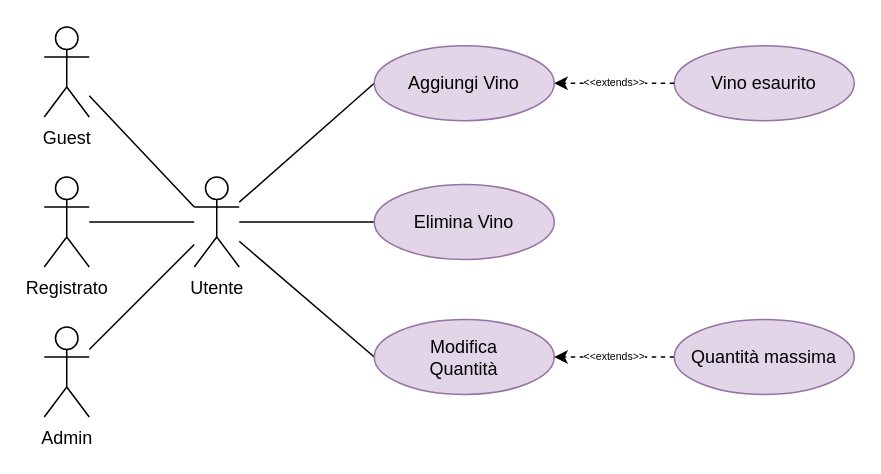
This is page "Carrello" (3 of 6) of Docs/Requirements Analysis/Diagrams/Use Cases/Winer.drawio from Gprisco/winer-unisa, a draw.io file, before an edit. Source tidied: cells renumbered, new cells numbered last; positions are measured from the earlier drawing's top-left corner, leaving out a move shared by most shapes. Both pictures are drawn from the tidied source at 150%, with x=0, y=0 at pixel (44, 27).
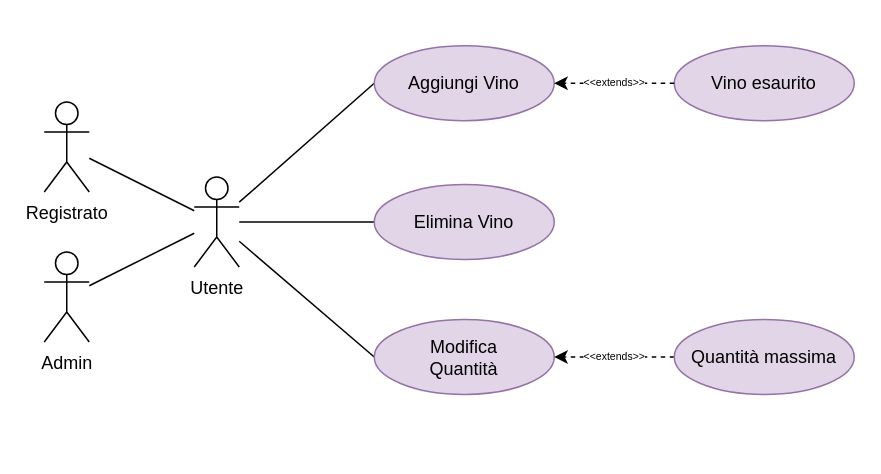
Above is the later version.

The edit, as a diff of the source:
```diff
@@
 <mxGraphModel>
   <root>
     <mxCell id="0" />
     <mxCell id="1" parent="0" />
     <mxCell id="2" style="edgeStyle=none;rounded=0;jettySize=auto;html=1;entryX=0;entryY=0.5;entryDx=0;entryDy=0;fontSize=7;endArrow=none;endFill=0;" parent="1" edge="1" source="5" target="11">
       <mxGeometry relative="1" as="geometry" />
     </mxCell>
     <mxCell id="3" style="edgeStyle=none;rounded=0;jettySize=auto;html=1;entryX=0;entryY=0.5;entryDx=0;entryDy=0;fontSize=7;endArrow=none;endFill=0;" parent="1" edge="1" source="5" target="10">
       <mxGeometry relative="1" as="geometry" />
     </mxCell>
     <mxCell id="4" style="rounded=0;jettySize=auto;html=1;entryX=0;entryY=0.5;entryDx=0;entryDy=0;endArrow=none;endFill=0;" parent="1" edge="1" source="5" target="16">
       <mxGeometry relative="1" as="geometry" />
     </mxCell>
     <mxCell id="5" value="Utente" style="shape=umlActor;verticalLabelPosition=bottom;verticalAlign=top;html=1;outlineConnect=0;" parent="1" vertex="1">
       <mxGeometry x="100" y="99.5" width="30" height="60" as="geometry" />
     </mxCell>
     <mxCell id="6" style="edgeStyle=none;rounded=0;jettySize=auto;html=1;fontSize=7;endArrow=none;endFill=0;" parent="1" edge="1" source="7" target="5">
       <mxGeometry relative="1" as="geometry" />
     </mxCell>
     <mxCell id="7" value="Registrato" style="shape=umlActor;verticalLabelPosition=bottom;verticalAlign=top;html=1;outlineConnect=0;" parent="1" vertex="1">
-      <mxGeometry y="99.5" width="30" height="60" as="geometry" />
+      <mxGeometry y="49.5" width="30" height="60" as="geometry" />
     </mxCell>
     <mxCell id="8" style="edgeStyle=none;rounded=0;jettySize=auto;html=1;fontSize=7;endArrow=none;endFill=0;" parent="1" edge="1" source="9" target="5">
       <mxGeometry relative="1" as="geometry" />
     </mxCell>
     <mxCell id="9" value="Admin" style="shape=umlActor;verticalLabelPosition=bottom;verticalAlign=top;html=1;outlineConnect=0;" parent="1" vertex="1">
-      <mxGeometry y="199.5" width="30" height="60" as="geometry" />
+      <mxGeometry y="149.5" width="30" height="60" as="geometry" />
     </mxCell>
     <mxCell id="10" value="Elimina Vino" style="ellipse;whiteSpace=wrap;html=1;fillColor=#e1d5e7;strokeColor=#9673a6;" parent="1" vertex="1">
       <mxGeometry x="220" y="104.5" width="120" height="50" as="geometry" />
     </mxCell>
     <mxCell id="11" value="Modifica&lt;br&gt;Quantità" style="ellipse;whiteSpace=wrap;html=1;fillColor=#e1d5e7;strokeColor=#9673a6;" parent="1" vertex="1">
       <mxGeometry x="220" y="194.5" width="120" height="50" as="geometry" />
     </mxCell>
     <mxCell id="12" value="&amp;lt;&amp;lt;extends&amp;gt;&amp;gt;" style="edgeStyle=none;rounded=0;jettySize=auto;html=1;entryX=1;entryY=0.5;entryDx=0;entryDy=0;fontSize=7;endArrow=classic;endFill=1;dashed=1;" parent="1" edge="1" source="13" target="11">
       <mxGeometry relative="1" as="geometry" />
     </mxCell>
     <mxCell id="13" value="Quantità massima" style="ellipse;whiteSpace=wrap;html=1;fillColor=#e1d5e7;strokeColor=#9673a6;" parent="1" vertex="1">
       <mxGeometry x="420" y="194.5" width="120" height="50" as="geometry" />
     </mxCell>
-    <mxCell id="14" style="edgeStyle=none;rounded=0;jettySize=auto;html=1;entryX=0;entryY=0.3333333333333333;entryDx=0;entryDy=0;entryPerimeter=0;fontSize=7;endArrow=none;endFill=0;" parent="1" edge="1" source="15" target="5">
-      <mxGeometry relative="1" as="geometry" />
-    </mxCell>
-    <mxCell id="15" value="Guest" style="shape=umlActor;verticalLabelPosition=bottom;verticalAlign=top;html=1;outlineConnect=0;" parent="1" vertex="1">
-      <mxGeometry y="-0.5" width="30" height="60" as="geometry" />
-    </mxCell>
     <mxCell id="16" value="Aggiungi Vino" style="ellipse;whiteSpace=wrap;html=1;fillColor=#e1d5e7;strokeColor=#9673a6;" parent="1" vertex="1">
       <mxGeometry x="220" y="12" width="120" height="50" as="geometry" />
     </mxCell>
     <mxCell id="17" value="Vino esaurito" style="ellipse;whiteSpace=wrap;html=1;fillColor=#e1d5e7;strokeColor=#9673a6;" parent="1" vertex="1">
       <mxGeometry x="420" y="12" width="120" height="50" as="geometry" />
     </mxCell>
     <mxCell id="18" value="&amp;lt;&amp;lt;extends&amp;gt;&amp;gt;" style="edgeStyle=none;rounded=0;jettySize=auto;html=1;entryX=1;entryY=0.5;entryDx=0;entryDy=0;fontSize=7;endArrow=classic;endFill=1;dashed=1;exitX=0;exitY=0.5;exitDx=0;exitDy=0;" parent="1" edge="1" source="17" target="16">
       <mxGeometry relative="1" as="geometry" />
     </mxCell>
   </root>
 </mxGraphModel>
```
